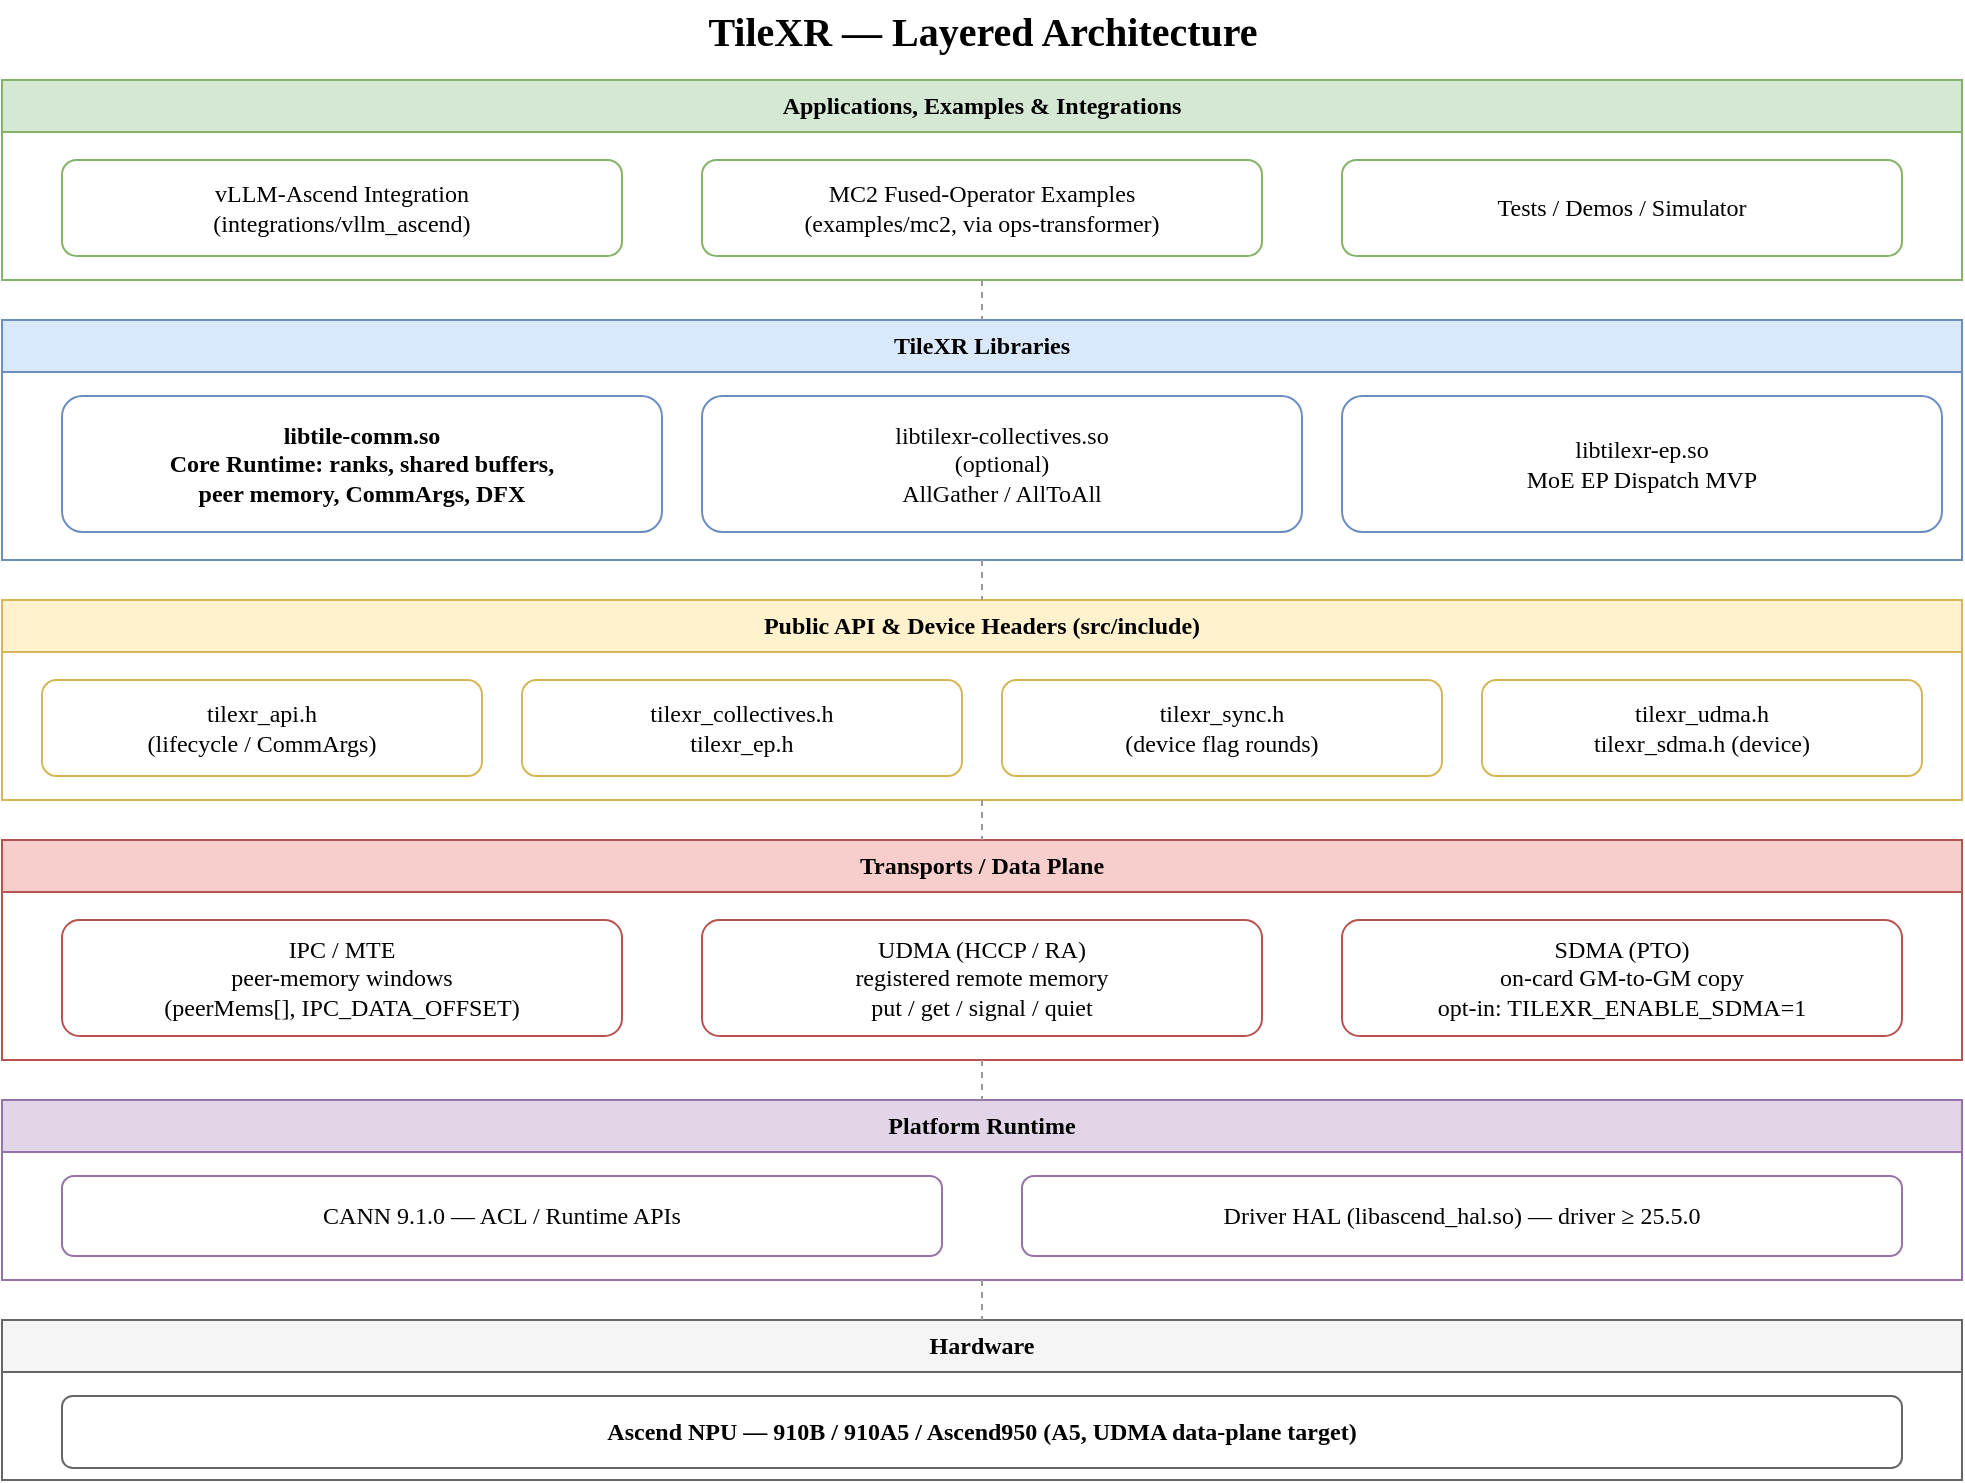
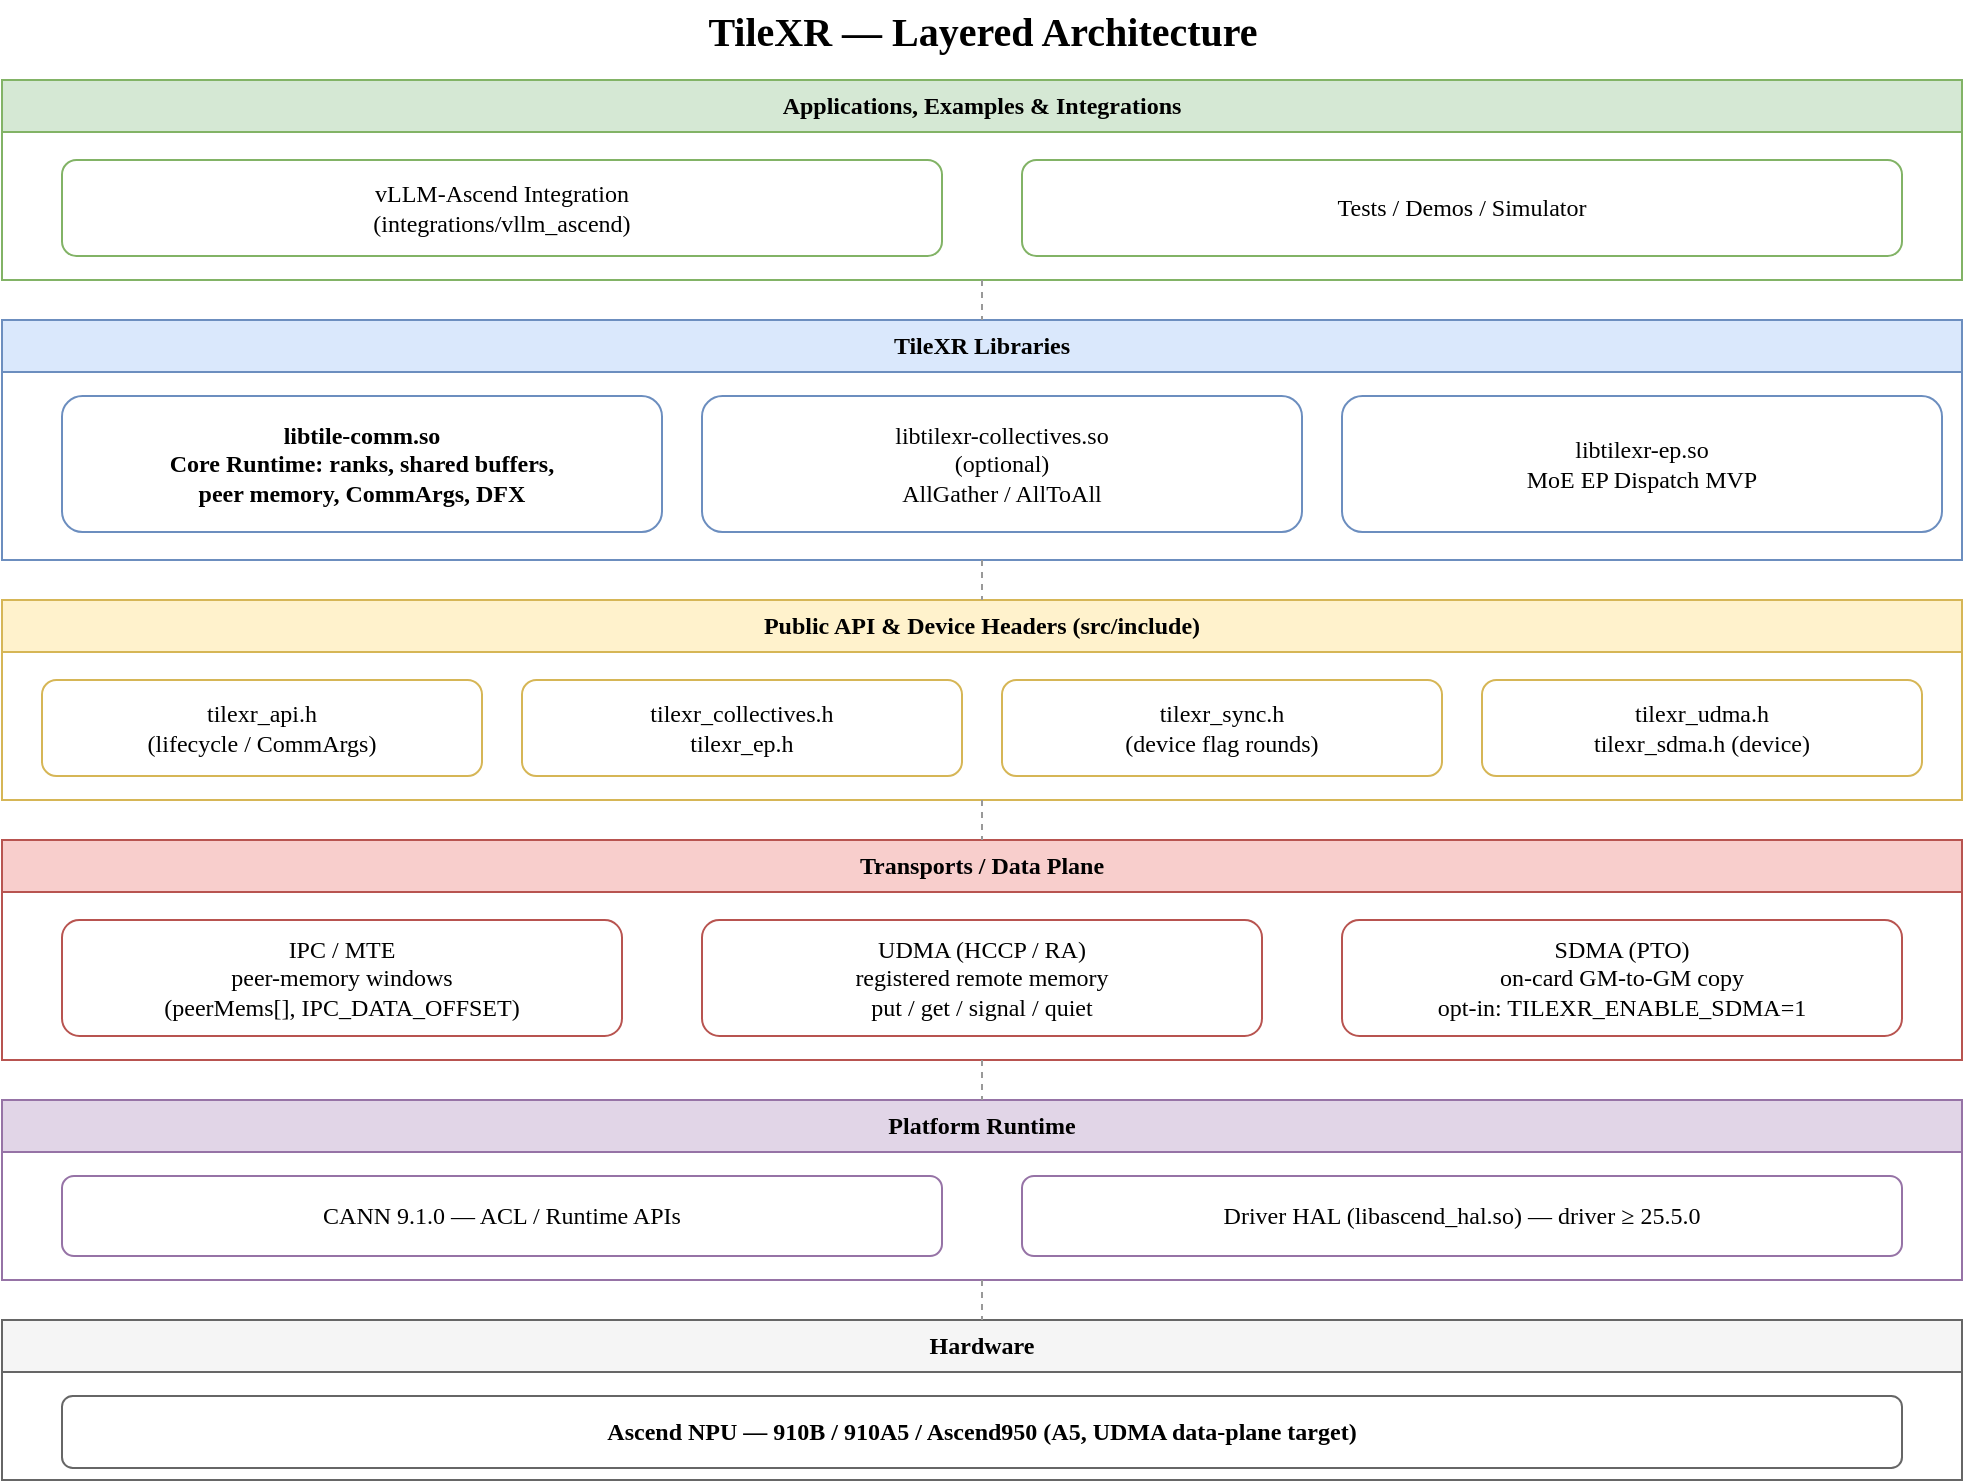
<mxGraphModel dx="1040" dy="800" grid="1" gridSize="10" guides="1" tooltips="1" connect="1" arrows="1" fold="1" page="1" pageScale="1" pageWidth="1100" pageHeight="850" math="0" shadow="0">
  <root>
    <mxCell id="0"/>
    <mxCell id="1" parent="0"/>

    <mxCell id="title" value="TileXR — Layered Architecture" style="text;html=1;align=center;verticalAlign=middle;fontSize=20;fontStyle=1;fontFamily=Comic Sans MS;" vertex="1" parent="1">
      <mxGeometry x="40" y="10" width="980" height="30" as="geometry"/>
    </mxCell>

    <!-- Band 1: Applications and Examples -->
    <mxCell id="b1" value="Applications, Examples &amp; Integrations" style="swimlane;startSize=26;fillColor=#d5e8d4;strokeColor=#82b366;fontStyle=1;whiteSpace=wrap;fontFamily=Comic Sans MS;" vertex="1" parent="1">
      <mxGeometry x="40" y="50" width="980" height="100" as="geometry"/>
    </mxCell>
    <mxCell id="b1a" value="vLLM-Ascend Integration&#10;(integrations/vllm_ascend)" style="rounded=1;whiteSpace=wrap;fillColor=#ffffff;strokeColor=#82b366;fontFamily=Comic Sans MS;" vertex="1" parent="b1">
-       <mxGeometry x="30" y="40" width="280" height="48" as="geometry"/>
-     </mxCell>
-     <mxCell id="b1b" value="MC2 Fused-Operator Examples&#10;(examples/mc2, via ops-transformer)" style="rounded=1;whiteSpace=wrap;fillColor=#ffffff;strokeColor=#82b366;fontFamily=Comic Sans MS;" vertex="1" parent="b1">
-       <mxGeometry x="350" y="40" width="280" height="48" as="geometry"/>
+       <mxGeometry x="30" y="40" width="440" height="48" as="geometry"/>
    </mxCell>
    <mxCell id="b1c" value="Tests / Demos / Simulator" style="rounded=1;whiteSpace=wrap;fillColor=#ffffff;strokeColor=#82b366;fontFamily=Comic Sans MS;" vertex="1" parent="b1">
-       <mxGeometry x="670" y="40" width="280" height="48" as="geometry"/>
+       <mxGeometry x="510" y="40" width="440" height="48" as="geometry"/>
    </mxCell>

    <!-- Band 2: Libraries -->
    <mxCell id="b2" value="TileXR Libraries" style="swimlane;startSize=26;fillColor=#dae8fc;strokeColor=#6c8ebf;fontStyle=1;whiteSpace=wrap;fontFamily=Comic Sans MS;" vertex="1" parent="1">
      <mxGeometry x="40" y="170" width="980" height="120" as="geometry"/>
    </mxCell>
    <mxCell id="b2a" value="libtile-comm.so&#10;Core Runtime: ranks, shared buffers,&#10;peer memory, CommArgs, DFX" style="rounded=1;whiteSpace=wrap;fillColor=#ffffff;strokeColor=#6c8ebf;fontStyle=1;fontFamily=Comic Sans MS;" vertex="1" parent="b2">
      <mxGeometry x="30" y="38" width="300" height="68" as="geometry"/>
    </mxCell>
    <mxCell id="b2b" value="libtilexr-collectives.so&#10;(optional)&#10;AllGather / AllToAll" style="rounded=1;whiteSpace=wrap;fillColor=#ffffff;strokeColor=#6c8ebf;fontFamily=Comic Sans MS;" vertex="1" parent="b2">
      <mxGeometry x="350" y="38" width="300" height="68" as="geometry"/>
    </mxCell>
    <mxCell id="b2c" value="libtilexr-ep.so&#10;MoE EP Dispatch MVP" style="rounded=1;whiteSpace=wrap;fillColor=#ffffff;strokeColor=#6c8ebf;fontFamily=Comic Sans MS;" vertex="1" parent="b2">
      <mxGeometry x="670" y="38" width="300" height="68" as="geometry"/>
    </mxCell>

    <!-- Band 3: Public API + device headers -->
    <mxCell id="b3" value="Public API &amp; Device Headers (src/include)" style="swimlane;startSize=26;fillColor=#fff2cc;strokeColor=#d6b656;fontStyle=1;whiteSpace=wrap;fontFamily=Comic Sans MS;" vertex="1" parent="1">
      <mxGeometry x="40" y="310" width="980" height="100" as="geometry"/>
    </mxCell>
    <mxCell id="b3a" value="tilexr_api.h&#10;(lifecycle / CommArgs)" style="rounded=1;whiteSpace=wrap;fillColor=#ffffff;strokeColor=#d6b656;fontFamily=Comic Sans MS;" vertex="1" parent="b3">
      <mxGeometry x="20" y="40" width="220" height="48" as="geometry"/>
    </mxCell>
    <mxCell id="b3b" value="tilexr_collectives.h&#10;tilexr_ep.h" style="rounded=1;whiteSpace=wrap;fillColor=#ffffff;strokeColor=#d6b656;fontFamily=Comic Sans MS;" vertex="1" parent="b3">
      <mxGeometry x="260" y="40" width="220" height="48" as="geometry"/>
    </mxCell>
    <mxCell id="b3c" value="tilexr_sync.h&#10;(device flag rounds)" style="rounded=1;whiteSpace=wrap;fillColor=#ffffff;strokeColor=#d6b656;fontFamily=Comic Sans MS;" vertex="1" parent="b3">
      <mxGeometry x="500" y="40" width="220" height="48" as="geometry"/>
    </mxCell>
    <mxCell id="b3d" value="tilexr_udma.h&#10;tilexr_sdma.h (device)" style="rounded=1;whiteSpace=wrap;fillColor=#ffffff;strokeColor=#d6b656;fontFamily=Comic Sans MS;" vertex="1" parent="b3">
      <mxGeometry x="740" y="40" width="220" height="48" as="geometry"/>
    </mxCell>

    <!-- Band 4: Transports -->
    <mxCell id="b4" value="Transports / Data Plane" style="swimlane;startSize=26;fillColor=#f8cecc;strokeColor=#b85450;fontStyle=1;whiteSpace=wrap;fontFamily=Comic Sans MS;" vertex="1" parent="1">
      <mxGeometry x="40" y="430" width="980" height="110" as="geometry"/>
    </mxCell>
    <mxCell id="b4a" value="IPC / MTE&#10;peer-memory windows&#10;(peerMems[], IPC_DATA_OFFSET)" style="rounded=1;whiteSpace=wrap;fillColor=#ffffff;strokeColor=#b85450;fontFamily=Comic Sans MS;" vertex="1" parent="b4">
      <mxGeometry x="30" y="40" width="280" height="58" as="geometry"/>
    </mxCell>
    <mxCell id="b4b" value="UDMA (HCCP / RA)&#10;registered remote memory&#10;put / get / signal / quiet" style="rounded=1;whiteSpace=wrap;fillColor=#ffffff;strokeColor=#b85450;fontFamily=Comic Sans MS;" vertex="1" parent="b4">
      <mxGeometry x="350" y="40" width="280" height="58" as="geometry"/>
    </mxCell>
    <mxCell id="b4c" value="SDMA (PTO)&#10;on-card GM-to-GM copy&#10;opt-in: TILEXR_ENABLE_SDMA=1" style="rounded=1;whiteSpace=wrap;fillColor=#ffffff;strokeColor=#b85450;fontFamily=Comic Sans MS;" vertex="1" parent="b4">
      <mxGeometry x="670" y="40" width="280" height="58" as="geometry"/>
    </mxCell>

    <!-- Band 5: Platform -->
    <mxCell id="b5" value="Platform Runtime" style="swimlane;startSize=26;fillColor=#e1d5e7;strokeColor=#9673a6;fontStyle=1;whiteSpace=wrap;fontFamily=Comic Sans MS;" vertex="1" parent="1">
      <mxGeometry x="40" y="560" width="980" height="90" as="geometry"/>
    </mxCell>
    <mxCell id="b5a" value="CANN 9.1.0 — ACL / Runtime APIs" style="rounded=1;whiteSpace=wrap;fillColor=#ffffff;strokeColor=#9673a6;fontFamily=Comic Sans MS;" vertex="1" parent="b5">
      <mxGeometry x="30" y="38" width="440" height="40" as="geometry"/>
    </mxCell>
    <mxCell id="b5b" value="Driver HAL (libascend_hal.so) — driver &#8805; 25.5.0" style="rounded=1;whiteSpace=wrap;fillColor=#ffffff;strokeColor=#9673a6;fontFamily=Comic Sans MS;" vertex="1" parent="b5">
      <mxGeometry x="510" y="38" width="440" height="40" as="geometry"/>
    </mxCell>

    <!-- Band 6: Hardware -->
    <mxCell id="b6" value="Hardware" style="swimlane;startSize=26;fillColor=#f5f5f5;strokeColor=#666666;fontStyle=1;whiteSpace=wrap;fontFamily=Comic Sans MS;" vertex="1" parent="1">
      <mxGeometry x="40" y="670" width="980" height="80" as="geometry"/>
    </mxCell>
    <mxCell id="b6a" value="Ascend NPU  —  910B  /  910A5  /  Ascend950 (A5, UDMA data-plane target)" style="rounded=1;whiteSpace=wrap;fillColor=#ffffff;strokeColor=#666666;fontStyle=1;fontFamily=Comic Sans MS;" vertex="1" parent="b6">
      <mxGeometry x="30" y="38" width="920" height="36" as="geometry"/>
    </mxCell>

    <!-- vertical connectors between bands -->
    <mxCell id="e1" style="edgeStyle=orthogonalEdgeStyle;rounded=0;endArrow=none;strokeColor=#999999;dashed=1;fontFamily=Comic Sans MS;" edge="1" parent="1" source="b1" target="b2">
      <mxGeometry relative="1" as="geometry"/>
    </mxCell>
    <mxCell id="e2" style="edgeStyle=orthogonalEdgeStyle;rounded=0;endArrow=none;strokeColor=#999999;dashed=1;fontFamily=Comic Sans MS;" edge="1" parent="1" source="b2" target="b3">
      <mxGeometry relative="1" as="geometry"/>
    </mxCell>
    <mxCell id="e3" style="edgeStyle=orthogonalEdgeStyle;rounded=0;endArrow=none;strokeColor=#999999;dashed=1;fontFamily=Comic Sans MS;" edge="1" parent="1" source="b3" target="b4">
      <mxGeometry relative="1" as="geometry"/>
    </mxCell>
    <mxCell id="e4" style="edgeStyle=orthogonalEdgeStyle;rounded=0;endArrow=none;strokeColor=#999999;dashed=1;fontFamily=Comic Sans MS;" edge="1" parent="1" source="b4" target="b5">
      <mxGeometry relative="1" as="geometry"/>
    </mxCell>
    <mxCell id="e5" style="edgeStyle=orthogonalEdgeStyle;rounded=0;endArrow=none;strokeColor=#999999;dashed=1;fontFamily=Comic Sans MS;" edge="1" parent="1" source="b5" target="b6">
      <mxGeometry relative="1" as="geometry"/>
    </mxCell>
  </root>
</mxGraphModel>
